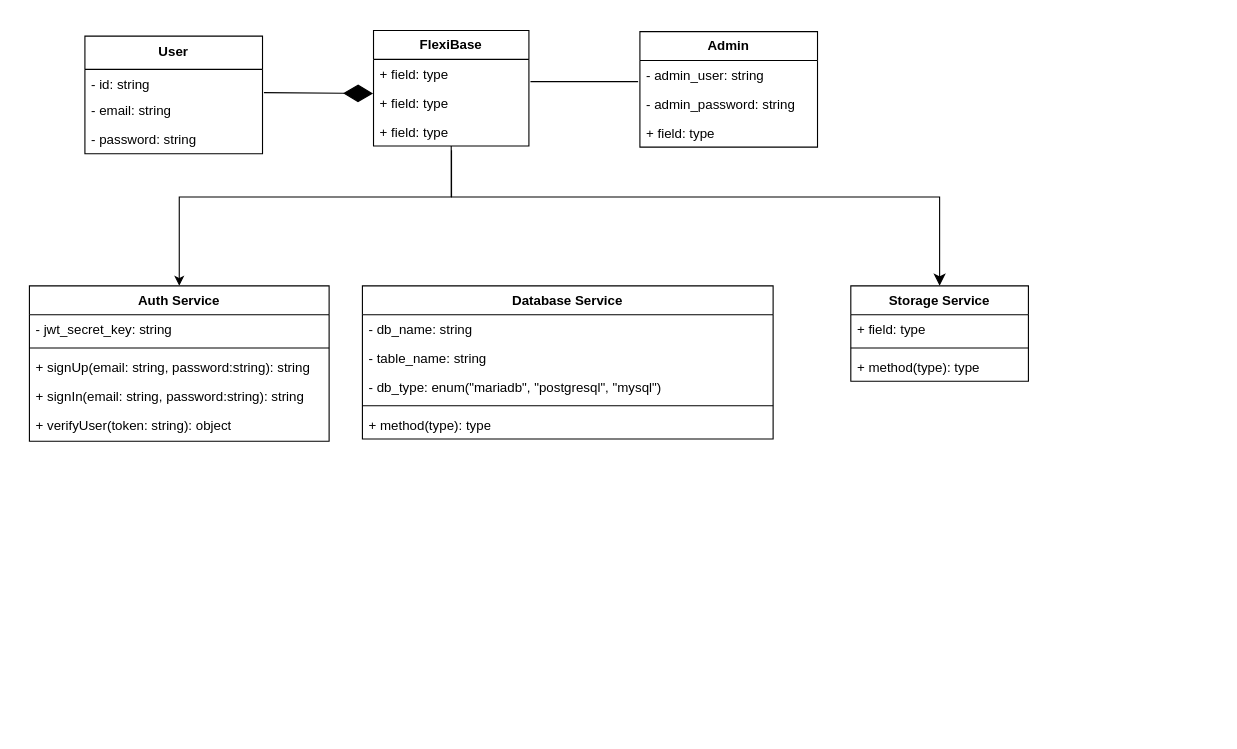
The draw.io diagram class_diagram.drawio in ModularMinds/flexibase-docs, before the edit. Source tidied: cells renumbered, new cells numbered last; positions are measured from the earlier drawing's top-left corner, leaving out a move shared by most shapes. Both pictures are drawn from the tidied source at 111%, with x=0, y=0 at pixel (29, 30).
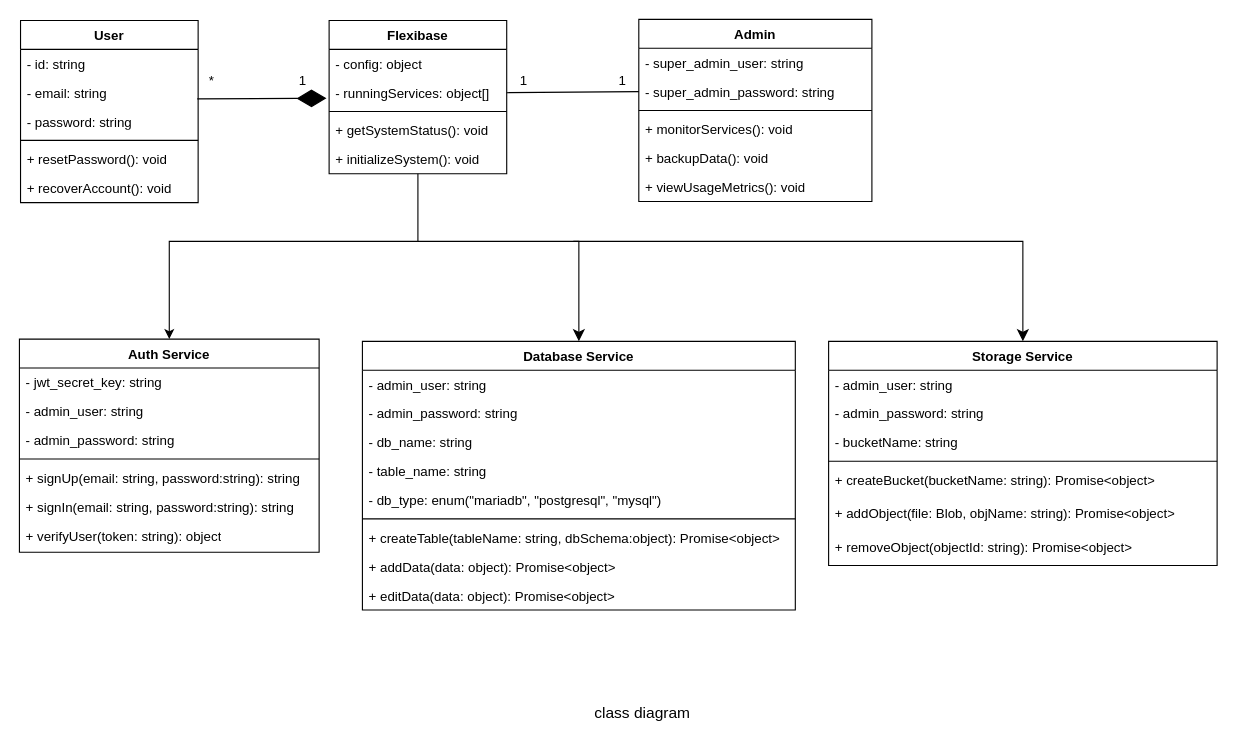
Above is the later version.

The edit, as a diff of the source:
```diff
@@
-    <mxCell id="2" value="User" style="swimlane;fontStyle=1;align=center;verticalAlign=top;horizontal=1;startSize=30;whiteSpace=wrap;html=1;" parent="1" vertex="1">
-      <mxGeometry x="50" y="5" width="160" height="106" as="geometry" />
-    </mxCell>
-    <mxCell id="3" value="- id: string" style="text;strokeColor=none;fillColor=none;align=left;verticalAlign=top;spacingLeft=4;spacingRight=4;overflow=hidden;points=[[0,0.5],[1,0.5]];portConstraint=eastwest;whiteSpace=wrap;html=1;" parent="2" vertex="1">
-      <mxGeometry y="30" width="160" height="24" as="geometry" />
-    </mxCell>
-    <mxCell id="4" value="- email: string" style="text;strokeColor=none;fillColor=none;align=left;verticalAlign=top;spacingLeft=4;spacingRight=4;overflow=hidden;points=[[0,0.5],[1,0.5]];portConstraint=eastwest;whiteSpace=wrap;html=1;" parent="2" vertex="1">
-      <mxGeometry y="54" width="160" height="26" as="geometry" />
-    </mxCell>
-    <mxCell id="5" value="- password: string" style="text;strokeColor=none;fillColor=none;align=left;verticalAlign=top;spacingLeft=4;spacingRight=4;overflow=hidden;whiteSpace=wrap;html=1;" parent="2" vertex="1">
-      <mxGeometry y="80" width="160" height="26" as="geometry" />
-    </mxCell>
-    <mxCell id="6" style="edgeStyle=orthogonalEdgeStyle;rounded=0;jettySize=auto;html=1;entryX=0.5;entryY=0;entryDx=0;entryDy=0;" parent="1" edge="1" source="7" target="11">
+    <mxCell id="6" style="edgeStyle=orthogonalEdgeStyle;rounded=0;jettySize=auto;html=1;entryX=0.5;entryY=0;entryDx=0;entryDy=0;" parent="1" edge="1" target="11">
       <mxGeometry relative="1" as="geometry">
+        <mxPoint x="350" y="190" as="sourcePoint" />
         <Array as="points">
-          <mxPoint x="380" y="150" />
-          <mxPoint x="135" y="150" />
+          <mxPoint x="330" y="190" />
+          <mxPoint x="126" y="190" />
         </Array>
       </mxGeometry>
     </mxCell>
-    <mxCell id="7" value="&lt;b&gt;FlexiBase&lt;/b&gt;" style="swimlane;fontStyle=0;horizontal=1;startSize=26;fillColor=none;whiteSpace=wrap;html=1;" parent="1" vertex="1">
-      <mxGeometry x="310" width="140" height="104" as="geometry" />
-    </mxCell>
-    <mxCell id="8" value="+ field: type" style="text;strokeColor=none;fillColor=none;align=left;verticalAlign=top;spacingLeft=4;spacingRight=4;overflow=hidden;points=[[0,0.5],[1,0.5]];portConstraint=eastwest;whiteSpace=wrap;html=1;" parent="7" vertex="1">
-      <mxGeometry y="26" width="140" height="26" as="geometry" />
-    </mxCell>
-    <mxCell id="9" value="+ field: type" style="text;strokeColor=none;fillColor=none;align=left;verticalAlign=top;spacingLeft=4;spacingRight=4;overflow=hidden;points=[[0,0.5],[1,0.5]];portConstraint=eastwest;whiteSpace=wrap;html=1;" parent="7" vertex="1">
-      <mxGeometry y="52" width="140" height="26" as="geometry" />
-    </mxCell>
-    <mxCell id="10" value="+ field: type" style="text;strokeColor=none;fillColor=none;align=left;verticalAlign=top;spacingLeft=4;spacingRight=4;overflow=hidden;points=[[0,0.5],[1,0.5]];portConstraint=eastwest;whiteSpace=wrap;html=1;" parent="7" vertex="1">
-      <mxGeometry y="78" width="140" height="26" as="geometry" />
-    </mxCell>
     <mxCell id="11" value="Auth Service" style="swimlane;fontStyle=1;align=center;verticalAlign=top;horizontal=1;startSize=26;whiteSpace=wrap;html=1;" parent="1" vertex="1">
-      <mxGeometry y="230" width="270" height="140" as="geometry" />
+      <mxGeometry x="-9" y="278" width="270" height="192" as="geometry" />
     </mxCell>
@@
+    <mxCell id="34" value="- admin_user: string" style="text;strokeColor=none;fillColor=none;align=left;verticalAlign=top;spacingLeft=4;spacingRight=4;overflow=hidden;whiteSpace=wrap;html=1;" parent="11" vertex="1">
+      <mxGeometry y="52" width="270" height="26" as="geometry" />
+    </mxCell>
+    <mxCell id="35" value="- admin_password: string" style="text;strokeColor=none;fillColor=none;align=left;verticalAlign=top;spacingLeft=4;spacingRight=4;overflow=hidden;whiteSpace=wrap;html=1;" parent="11" vertex="1">
+      <mxGeometry y="78" width="270" height="26" as="geometry" />
+    </mxCell>
     <mxCell id="13" style="line;strokeWidth=1;fillColor=none;align=left;verticalAlign=middle;spacingTop=-1;spacingLeft=3;spacingRight=3;labelPosition=right;strokeColor=inherit;" parent="11" vertex="1">
-      <mxGeometry y="52" width="270" height="8" as="geometry" />
+      <mxGeometry y="104" width="270" height="8" as="geometry" />
     </mxCell>
     <mxCell id="14" value="+ signUp(email: string, password:string): string" style="text;strokeColor=none;fillColor=none;align=left;verticalAlign=top;spacingLeft=4;spacingRight=4;overflow=hidden;whiteSpace=wrap;html=1;" parent="11" vertex="1">
-      <mxGeometry y="60" width="270" height="26" as="geometry" />
+      <mxGeometry y="112" width="270" height="26" as="geometry" />
     </mxCell>
     <mxCell id="15" value="+ signIn(email: string, password:string): string" style="text;strokeColor=none;fillColor=none;align=left;verticalAlign=top;spacingLeft=4;spacingRight=4;overflow=hidden;whiteSpace=wrap;html=1;" parent="11" vertex="1">
-      <mxGeometry y="86" width="270" height="26" as="geometry" />
+      <mxGeometry y="138" width="270" height="26" as="geometry" />
     </mxCell>
     <mxCell id="16" value="+ verifyUser(token: string): object" style="text;strokeColor=none;fillColor=none;align=left;verticalAlign=top;spacingLeft=4;spacingRight=4;overflow=hidden;whiteSpace=wrap;html=1;" parent="11" vertex="1">
-      <mxGeometry y="112" width="270" height="28" as="geometry" />
+      <mxGeometry y="164" width="270" height="28" as="geometry" />
     </mxCell>
     <mxCell id="17" value="Database Service" style="swimlane;fontStyle=1;align=center;verticalAlign=top;horizontal=1;startSize=26;whiteSpace=wrap;html=1;" parent="1" vertex="1">
-      <mxGeometry x="300" y="230" width="370" height="138" as="geometry" />
+      <mxGeometry x="300" y="280" width="390" height="242" as="geometry" />
     </mxCell>
+    <mxCell id="36" value="- admin_user: string" style="text;strokeColor=none;fillColor=none;align=left;verticalAlign=top;spacingLeft=4;spacingRight=4;overflow=hidden;whiteSpace=wrap;html=1;" parent="17" vertex="1">
+      <mxGeometry y="26" width="390" height="26" as="geometry" />
+    </mxCell>
+    <mxCell id="37" value="- admin_password: string" style="text;strokeColor=none;fillColor=none;align=left;verticalAlign=top;spacingLeft=4;spacingRight=4;overflow=hidden;whiteSpace=wrap;html=1;" parent="17" vertex="1">
+      <mxGeometry y="52" width="390" height="26" as="geometry" />
+    </mxCell>
     <mxCell id="18" value="- db_name: string" style="text;strokeColor=none;fillColor=none;align=left;verticalAlign=top;spacingLeft=4;spacingRight=4;overflow=hidden;whiteSpace=wrap;html=1;" parent="17" vertex="1">
-      <mxGeometry y="26" width="370" height="26" as="geometry" />
+      <mxGeometry y="78" width="390" height="26" as="geometry" />
     </mxCell>
     <mxCell id="19" value="- table_name: string" style="text;strokeColor=none;fillColor=none;align=left;verticalAlign=top;spacingLeft=4;spacingRight=4;overflow=hidden;whiteSpace=wrap;html=1;" parent="17" vertex="1">
-      <mxGeometry y="52" width="370" height="26" as="geometry" />
+      <mxGeometry y="104" width="390" height="26" as="geometry" />
     </mxCell>
     <mxCell id="20" value="- db_type: enum(&quot;mariadb&quot;, &quot;postgresql&quot;, &quot;mysql&quot;)" style="text;strokeColor=none;fillColor=none;align=left;verticalAlign=top;spacingLeft=4;spacingRight=4;overflow=hidden;whiteSpace=wrap;html=1;" parent="17" vertex="1">
-      <mxGeometry y="78" width="370" height="26" as="geometry" />
+      <mxGeometry y="130" width="390" height="26" as="geometry" />
     </mxCell>
     <mxCell id="21" style="line;strokeWidth=1;fillColor=none;align=left;verticalAlign=middle;spacingTop=-1;spacingLeft=3;spacingRight=3;labelPosition=right;strokeColor=inherit;" parent="17" vertex="1">
-      <mxGeometry y="104" width="370" height="8" as="geometry" />
+      <mxGeometry y="156" width="390" height="8" as="geometry" />
     </mxCell>
+    <mxCell id="38" value="+ createTable(tableName: string, dbSchema:object): Promise&amp;lt;object&amp;gt;" style="text;strokeColor=none;fillColor=none;align=left;verticalAlign=top;spacingLeft=4;spacingRight=4;overflow=hidden;whiteSpace=wrap;html=1;" parent="17" vertex="1">
+      <mxGeometry y="164" width="390" height="26" as="geometry" />
+    </mxCell>
-    <mxCell id="22" value="+ method(type): type" style="text;strokeColor=none;fillColor=none;align=left;verticalAlign=top;spacingLeft=4;spacingRight=4;overflow=hidden;whiteSpace=wrap;html=1;" parent="17" vertex="1">
-      <mxGeometry y="112" width="370" height="26" as="geometry" />
+    <mxCell id="22" value="+ addData(data: object): Promise&amp;lt;object&amp;gt;" style="text;strokeColor=none;fillColor=none;align=left;verticalAlign=top;spacingLeft=4;spacingRight=4;overflow=hidden;whiteSpace=wrap;html=1;" parent="17" vertex="1">
+      <mxGeometry y="190" width="390" height="26" as="geometry" />
     </mxCell>
+    <mxCell id="39" value="+ editData(data: object): Promise&amp;lt;object&amp;gt;" style="text;strokeColor=none;fillColor=none;align=left;verticalAlign=top;spacingLeft=4;spacingRight=4;overflow=hidden;whiteSpace=wrap;html=1;" parent="17" vertex="1">
+      <mxGeometry y="216" width="390" height="26" as="geometry" />
+    </mxCell>
     <mxCell id="23" value="Storage Service" style="swimlane;fontStyle=1;align=center;verticalAlign=top;horizontal=1;startSize=26;whiteSpace=wrap;html=1;" parent="1" vertex="1">
-      <mxGeometry x="740" y="230" width="160" height="86" as="geometry" />
+      <mxGeometry x="720" y="280" width="350" height="202" as="geometry" />
     </mxCell>
+    <mxCell id="40" value="- admin_user: string" style="text;strokeColor=none;fillColor=none;align=left;verticalAlign=top;spacingLeft=4;spacingRight=4;overflow=hidden;whiteSpace=wrap;html=1;" parent="23" vertex="1">
+      <mxGeometry y="26" width="350" height="26" as="geometry" />
+    </mxCell>
+    <mxCell id="41" value="- admin_password: string" style="text;strokeColor=none;fillColor=none;align=left;verticalAlign=top;spacingLeft=4;spacingRight=4;overflow=hidden;whiteSpace=wrap;html=1;" parent="23" vertex="1">
+      <mxGeometry y="52" width="350" height="26" as="geometry" />
+    </mxCell>
-    <mxCell id="24" value="+ field: type" style="text;strokeColor=none;fillColor=none;align=left;verticalAlign=top;spacingLeft=4;spacingRight=4;overflow=hidden;whiteSpace=wrap;html=1;" parent="23" vertex="1">
-      <mxGeometry y="26" width="160" height="26" as="geometry" />
+    <mxCell id="24" value="- bucketName: string" style="text;strokeColor=none;fillColor=none;align=left;verticalAlign=top;spacingLeft=4;spacingRight=4;overflow=hidden;whiteSpace=wrap;html=1;" parent="23" vertex="1">
+      <mxGeometry y="78" width="350" height="26" as="geometry" />
     </mxCell>
     <mxCell id="25" style="line;strokeWidth=1;fillColor=none;align=left;verticalAlign=middle;spacingTop=-1;spacingLeft=3;spacingRight=3;labelPosition=right;strokeColor=inherit;" parent="23" vertex="1">
-      <mxGeometry y="52" width="160" height="8" as="geometry" />
+      <mxGeometry y="104" width="350" height="8" as="geometry" />
     </mxCell>
+    <mxCell id="42" value="+ createBucket(bucketName: string): Promise&amp;lt;object&amp;gt;" style="text;strokeColor=none;fillColor=none;align=left;verticalAlign=top;spacingLeft=4;spacingRight=4;overflow=hidden;whiteSpace=wrap;html=1;" parent="23" vertex="1">
+      <mxGeometry y="112" width="350" height="30" as="geometry" />
+    </mxCell>
-    <mxCell id="26" value="+ method(type): type" style="text;strokeColor=none;fillColor=none;align=left;verticalAlign=top;spacingLeft=4;spacingRight=4;overflow=hidden;whiteSpace=wrap;html=1;" parent="23" vertex="1">
-      <mxGeometry y="60" width="160" height="26" as="geometry" />
+    <mxCell id="26" value="+ addObject(file: Blob, objName: string): Promise&amp;lt;object&amp;gt;" style="text;strokeColor=none;fillColor=none;align=left;verticalAlign=top;spacingLeft=4;spacingRight=4;overflow=hidden;whiteSpace=wrap;html=1;" parent="23" vertex="1">
+      <mxGeometry y="142" width="350" height="30" as="geometry" />
     </mxCell>
+    <mxCell id="43" value="+ removeObject(objectId: string): Promise&amp;lt;object&amp;gt;" style="text;strokeColor=none;fillColor=none;align=left;verticalAlign=top;spacingLeft=4;spacingRight=4;overflow=hidden;whiteSpace=wrap;html=1;" parent="23" vertex="1">
+      <mxGeometry y="172" width="350" height="30" as="geometry" />
+    </mxCell>
-    <mxCell id="27" style="edgeStyle=segmentEdgeStyle;endArrow=classic;html=1;curved=0;rounded=0;endSize=8;startSize=8;entryX=0.5;entryY=0;entryDx=0;entryDy=0;exitX=0.502;exitY=1.149;exitDx=0;exitDy=0;exitPerimeter=0;" parent="1" edge="1" source="10" target="23">
+    <mxCell id="27" style="edgeStyle=segmentEdgeStyle;endArrow=classic;html=1;curved=0;rounded=0;endSize=8;startSize=8;entryX=0.5;entryY=0;entryDx=0;entryDy=0;" parent="1" edge="1" target="23">
       <mxGeometry relative="1" as="geometry">
+        <mxPoint x="490" y="190" as="sourcePoint" />
         <Array as="points">
-          <mxPoint x="380" y="150" />
-          <mxPoint x="820" y="150" />
+          <mxPoint x="520" y="190" />
+          <mxPoint x="895" y="190" />
         </Array>
       </mxGeometry>
     </mxCell>
+    <mxCell id="32" style="endArrow=diamondThin;endFill=1;endSize=24;html=1;rounded=0;exitX=0.995;exitY=0.715;exitDx=0;exitDy=0;exitPerimeter=0;entryX=-0.015;entryY=0.694;entryDx=0;entryDy=0;entryPerimeter=0;" parent="1" edge="1" source="4" target="53">
+      <mxGeometry relative="1" as="geometry" />
+    </mxCell>
+    <mxCell id="44" style="edgeStyle=segmentEdgeStyle;endArrow=classic;html=1;curved=0;rounded=0;endSize=8;startSize=8;entryX=0.5;entryY=0;entryDx=0;entryDy=0;exitX=0.5;exitY=1;exitDx=0;exitDy=0;" parent="1" edge="1" source="51" target="17">
+      <mxGeometry relative="1" as="geometry">
+        <Array as="points">
+          <mxPoint x="350" y="190" />
+          <mxPoint x="495" y="190" />
+        </Array>
+      </mxGeometry>
+    </mxCell>
-    <mxCell id="28" value="&lt;b&gt;Admin&lt;/b&gt;" style="swimlane;fontStyle=0;horizontal=1;startSize=26;fillColor=none;whiteSpace=wrap;html=1;" parent="1" vertex="1">
-      <mxGeometry x="550" y="1" width="160" height="104" as="geometry" />
+    <mxCell id="28" value="Admin" style="swimlane;fontStyle=1;align=center;verticalAlign=top;horizontal=1;startSize=26;whiteSpace=wrap;html=1;" parent="1" vertex="1">
+      <mxGeometry x="549" y="-10" width="210" height="164" as="geometry" />
     </mxCell>
-    <mxCell id="29" value="- admin_user: string" style="text;strokeColor=none;fillColor=none;align=left;verticalAlign=top;spacingLeft=4;spacingRight=4;overflow=hidden;points=[[0,0.5],[1,0.5]];portConstraint=eastwest;whiteSpace=wrap;html=1;" parent="28" vertex="1">
-      <mxGeometry y="26" width="160" height="26" as="geometry" />
-    </mxCell>
-    <mxCell id="30" value="- admin_password: string" style="text;strokeColor=none;fillColor=none;align=left;verticalAlign=top;spacingLeft=4;spacingRight=4;overflow=hidden;whiteSpace=wrap;html=1;" parent="28" vertex="1">
-      <mxGeometry y="52" width="160" height="26" as="geometry" />
-    </mxCell>
-    <mxCell id="31" value="+ field: type" style="text;strokeColor=none;fillColor=none;align=left;verticalAlign=top;spacingLeft=4;spacingRight=4;overflow=hidden;whiteSpace=wrap;html=1;" parent="28" vertex="1">
-      <mxGeometry y="78" width="160" height="26" as="geometry" />
-    </mxCell>
-    <mxCell id="32" style="endArrow=diamondThin;endFill=1;endSize=24;html=1;rounded=0;entryX=-0.003;entryY=0.183;entryDx=0;entryDy=0;entryPerimeter=0;exitX=1.008;exitY=0.872;exitDx=0;exitDy=0;exitPerimeter=0;" parent="1" edge="1" source="3" target="9">
-      <mxGeometry relative="1" as="geometry" />
-    </mxCell>
-    <mxCell id="33" style="endArrow=none;html=1;rounded=0;exitX=1.01;exitY=0.769;exitDx=0;exitDy=0;exitPerimeter=0;entryX=-0.01;entryY=0.731;entryDx=0;entryDy=0;entryPerimeter=0;" parent="1" edge="1" source="8" target="29">
-      <mxGeometry relative="1" as="geometry" />
-    </mxCell>
+    <mxCell id="45" value="- super_admin_user: string" style="text;strokeColor=none;fillColor=none;align=left;verticalAlign=top;spacingLeft=4;spacingRight=4;overflow=hidden;whiteSpace=wrap;html=1;" parent="28" vertex="1">
+      <mxGeometry y="26" width="210" height="26" as="geometry" />
+    </mxCell>
+    <mxCell id="46" value="- super_admin_password: string" style="text;strokeColor=none;fillColor=none;align=left;verticalAlign=top;spacingLeft=4;spacingRight=4;overflow=hidden;points=[[0,0.5],[1,0.5]];portConstraint=eastwest;whiteSpace=wrap;html=1;" parent="28" vertex="1">
+      <mxGeometry y="52" width="210" height="26" as="geometry" />
+    </mxCell>
+    <mxCell id="47" style="line;strokeWidth=1;fillColor=none;align=left;verticalAlign=middle;spacingTop=-1;spacingLeft=3;spacingRight=3;labelPosition=right;strokeColor=inherit;" parent="28" vertex="1">
+      <mxGeometry y="78" width="210" height="8" as="geometry" />
+    </mxCell>
+    <mxCell id="48" value="+ monitorServices(): void" style="text;strokeColor=none;fillColor=none;align=left;verticalAlign=top;spacingLeft=4;spacingRight=4;overflow=hidden;whiteSpace=wrap;html=1;" parent="28" vertex="1">
+      <mxGeometry y="86" width="210" height="26" as="geometry" />
+    </mxCell>
+    <mxCell id="49" value="+ backupData(): void" style="text;strokeColor=none;fillColor=none;align=left;verticalAlign=top;spacingLeft=4;spacingRight=4;overflow=hidden;whiteSpace=wrap;html=1;" parent="28" vertex="1">
+      <mxGeometry y="112" width="210" height="26" as="geometry" />
+    </mxCell>
+    <mxCell id="50" value="+ viewUsageMetrics(): void" style="text;strokeColor=none;fillColor=none;align=left;verticalAlign=top;spacingLeft=4;spacingRight=4;overflow=hidden;whiteSpace=wrap;html=1;" parent="28" vertex="1">
+      <mxGeometry y="138" width="210" height="26" as="geometry" />
+    </mxCell>
+    <mxCell id="51" value="Flexibase" style="swimlane;fontStyle=1;align=center;verticalAlign=top;horizontal=1;startSize=26;whiteSpace=wrap;html=1;" parent="1" vertex="1">
+      <mxGeometry x="270" y="-9" width="160" height="138" as="geometry" />
+    </mxCell>
+    <mxCell id="52" value="- config: object" style="text;strokeColor=none;fillColor=none;align=left;verticalAlign=top;spacingLeft=4;spacingRight=4;overflow=hidden;whiteSpace=wrap;html=1;" parent="51" vertex="1">
+      <mxGeometry y="26" width="160" height="26" as="geometry" />
+    </mxCell>
+    <mxCell id="53" value="- runningServices: object[]" style="text;strokeColor=none;fillColor=none;align=left;verticalAlign=top;spacingLeft=4;spacingRight=4;overflow=hidden;points=[[0,0.5],[1,0.5]];portConstraint=eastwest;whiteSpace=wrap;html=1;" parent="51" vertex="1">
+      <mxGeometry y="52" width="160" height="26" as="geometry" />
+    </mxCell>
+    <mxCell id="54" style="line;strokeWidth=1;fillColor=none;align=left;verticalAlign=middle;spacingTop=-1;spacingLeft=3;spacingRight=3;labelPosition=right;strokeColor=inherit;" parent="51" vertex="1">
+      <mxGeometry y="78" width="160" height="8" as="geometry" />
+    </mxCell>
+    <mxCell id="55" value="+ getSystemStatus(): void" style="text;strokeColor=none;fillColor=none;align=left;verticalAlign=top;spacingLeft=4;spacingRight=4;overflow=hidden;whiteSpace=wrap;html=1;" parent="51" vertex="1">
+      <mxGeometry y="86" width="160" height="26" as="geometry" />
+    </mxCell>
+    <mxCell id="56" value="+ initializeSystem(): void" style="text;strokeColor=none;fillColor=none;align=left;verticalAlign=top;spacingLeft=4;spacingRight=4;overflow=hidden;whiteSpace=wrap;html=1;" parent="51" vertex="1">
+      <mxGeometry y="112" width="160" height="26" as="geometry" />
+    </mxCell>
+    <mxCell id="2" value="User" style="swimlane;fontStyle=1;align=center;verticalAlign=top;horizontal=1;startSize=26;whiteSpace=wrap;html=1;" parent="1" vertex="1">
+      <mxGeometry x="-8" y="-9" width="160" height="164" as="geometry" />
+    </mxCell>
+    <mxCell id="3" value="- id: string" style="text;strokeColor=none;fillColor=none;align=left;verticalAlign=top;spacingLeft=4;spacingRight=4;overflow=hidden;points=[[0,0.5],[1,0.5]];portConstraint=eastwest;whiteSpace=wrap;html=1;" parent="2" vertex="1">
+      <mxGeometry y="26" width="160" height="26" as="geometry" />
+    </mxCell>
+    <mxCell id="4" value="- email: string" style="text;strokeColor=none;fillColor=none;align=left;verticalAlign=top;spacingLeft=4;spacingRight=4;overflow=hidden;points=[[0,0.5],[1,0.5]];portConstraint=eastwest;whiteSpace=wrap;html=1;" parent="2" vertex="1">
+      <mxGeometry y="52" width="160" height="26" as="geometry" />
+    </mxCell>
+    <mxCell id="5" value="- password: string" style="text;strokeColor=none;fillColor=none;align=left;verticalAlign=top;spacingLeft=4;spacingRight=4;overflow=hidden;whiteSpace=wrap;html=1;" parent="2" vertex="1">
+      <mxGeometry y="78" width="160" height="26" as="geometry" />
+    </mxCell>
+    <mxCell id="57" style="line;strokeWidth=1;fillColor=none;align=left;verticalAlign=middle;spacingTop=-1;spacingLeft=3;spacingRight=3;labelPosition=right;strokeColor=inherit;" parent="2" vertex="1">
+      <mxGeometry y="104" width="160" height="8" as="geometry" />
+    </mxCell>
+    <mxCell id="58" value="+ resetPassword(): void" style="text;strokeColor=none;fillColor=none;align=left;verticalAlign=top;spacingLeft=4;spacingRight=4;overflow=hidden;whiteSpace=wrap;html=1;" parent="2" vertex="1">
+      <mxGeometry y="112" width="160" height="26" as="geometry" />
+    </mxCell>
+    <mxCell id="59" value="+ recoverAccount(): void" style="text;strokeColor=none;fillColor=none;align=left;verticalAlign=top;spacingLeft=4;spacingRight=4;overflow=hidden;whiteSpace=wrap;html=1;" parent="2" vertex="1">
+      <mxGeometry y="138" width="160" height="26" as="geometry" />
+    </mxCell>
+    <mxCell id="60" style="endArrow=none;html=1;rounded=0;exitX=1;exitY=0.5;exitDx=0;exitDy=0;entryX=0;entryY=0.5;entryDx=0;entryDy=0;" parent="1" edge="1" source="53" target="46">
+      <mxGeometry relative="1" as="geometry" />
+    </mxCell>
+    <mxCell id="61" value="class diagram" style="text;html=1;align=center;verticalAlign=middle;strokeColor=none;fillColor=none;fontSize=14;" parent="1" vertex="1">
+      <mxGeometry x="497" y="600" width="110" height="30" as="geometry" />
+    </mxCell>
+    <mxCell id="62" value="*" style="text;html=1;align=center;verticalAlign=middle;strokeColor=none;fillColor=none;" parent="1" vertex="1">
+      <mxGeometry x="149" y="31" width="30" height="30" as="geometry" />
+    </mxCell>
+    <mxCell id="63" value="1" style="text;html=1;align=center;verticalAlign=middle;strokeColor=none;fillColor=none;" parent="1" vertex="1">
+      <mxGeometry x="231" y="31" width="30" height="30" as="geometry" />
+    </mxCell>
+    <mxCell id="64" value="1" style="text;html=1;align=center;verticalAlign=middle;strokeColor=none;fillColor=none;" parent="1" vertex="1">
+      <mxGeometry x="430" y="31" width="30" height="30" as="geometry" />
+    </mxCell>
+    <mxCell id="65" value="1" style="text;html=1;align=center;verticalAlign=middle;strokeColor=none;fillColor=none;" parent="1" vertex="1">
+      <mxGeometry x="519" y="31" width="30" height="30" as="geometry" />
+    </mxCell>
```
